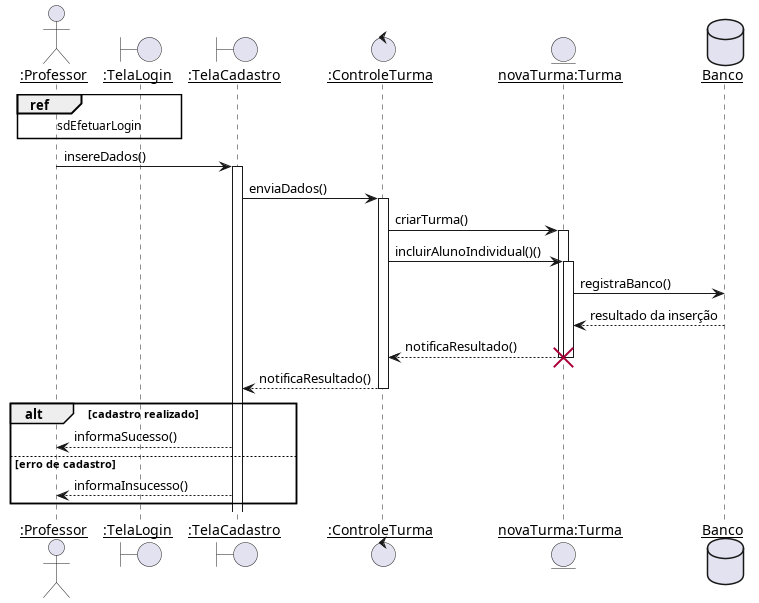
Earlier version of the PlantUML export diagramas/sequencia/criar_turma.png (Pedro-V/projetorium).
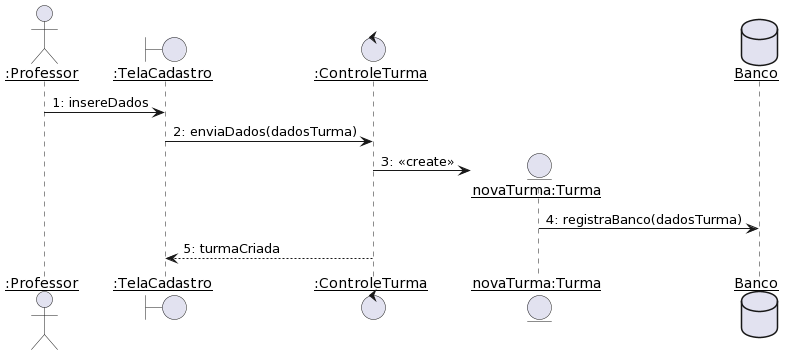
The same file after the commit.

What changed in the source:
```diff
@@ -2,26 +2,14 @@
 skinparam sequenceParticipant underline
 
 actor ":Professor"  as Professor
-boundary ":TelaLogin"   as TelaLogin
 boundary ":TelaCadastro"    as TelaCadastro
 control ":ControleTurma" as ControleTurma
 entity "novaTurma:Turma" as novaTurma
 database Banco
 
-ref over Professor, TelaLogin : sdEfetuarLogin
-Professor -> TelaCadastro ++: insereDados()
-TelaCadastro -> ControleTurma ++: enviaDados()
-ControleTurma -> novaTurma ++: criarTurma()
-ControleTurma -> novaTurma ++: incluirAlunoIndividual()()
-novaTurma -> Banco : registraBanco()
-Banco --> novaTurma : resultado da inserção
-novaTurma --> ControleTurma --: notificaResultado()
-destroy novaTurma
-ControleTurma --> TelaCadastro --: notificaResultado()
-
-alt cadastro realizado
-    TelaCadastro --> Professor : informaSucesso()
-else erro de cadastro
-    TelaCadastro --> Professor : informaInsucesso()
-end
+Professor -> TelaCadastro : 1: insereDados
+TelaCadastro -> ControleTurma : 2: enviaDados(dadosTurma)
+ControleTurma -> novaTurma **: 3: <<create>>
+novaTurma -> Banco : 4: registraBanco(dadosTurma)
+ControleTurma --> TelaCadastro : 5: turmaCriada
 @enduml
```
